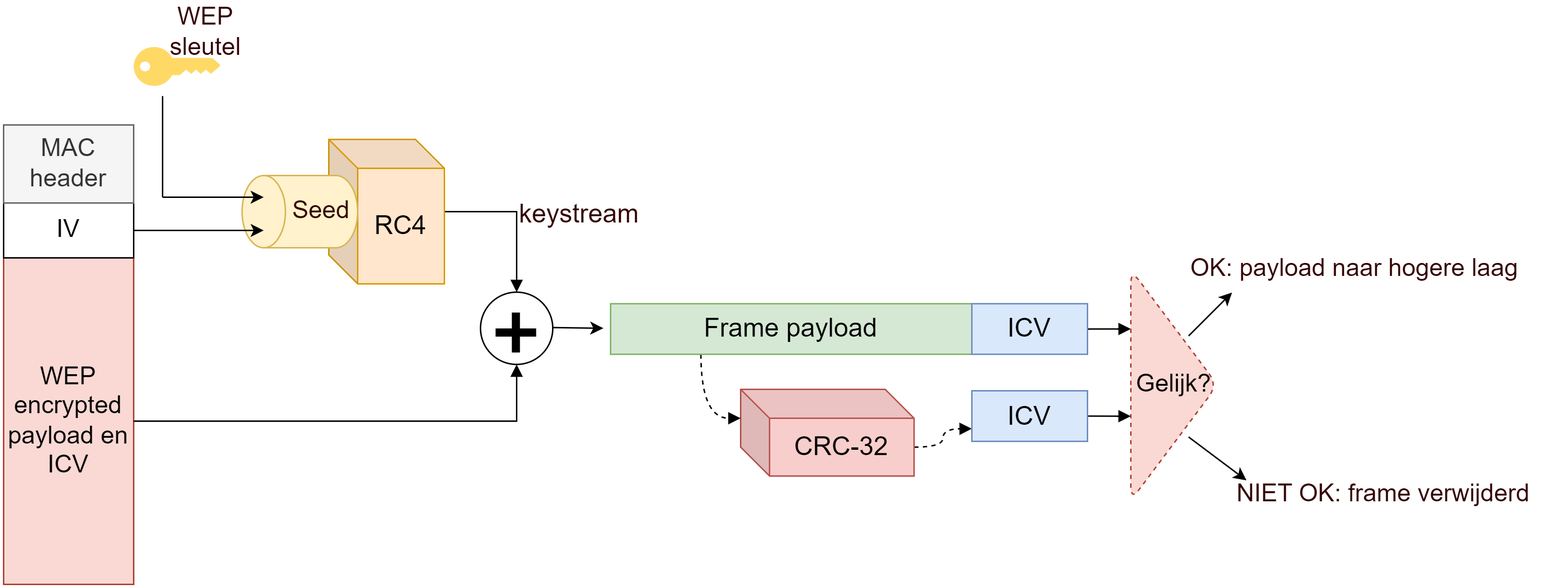
Before: Manuscript/assets/wifi/wepdec.png, a diagram exported from draw.io (timdams/cyberboswachters_boek). Source tidied: cells renumbered, new cells last; positions are measured from the earlier drawing's top-left corner, leaving out a move shared by most shapes.
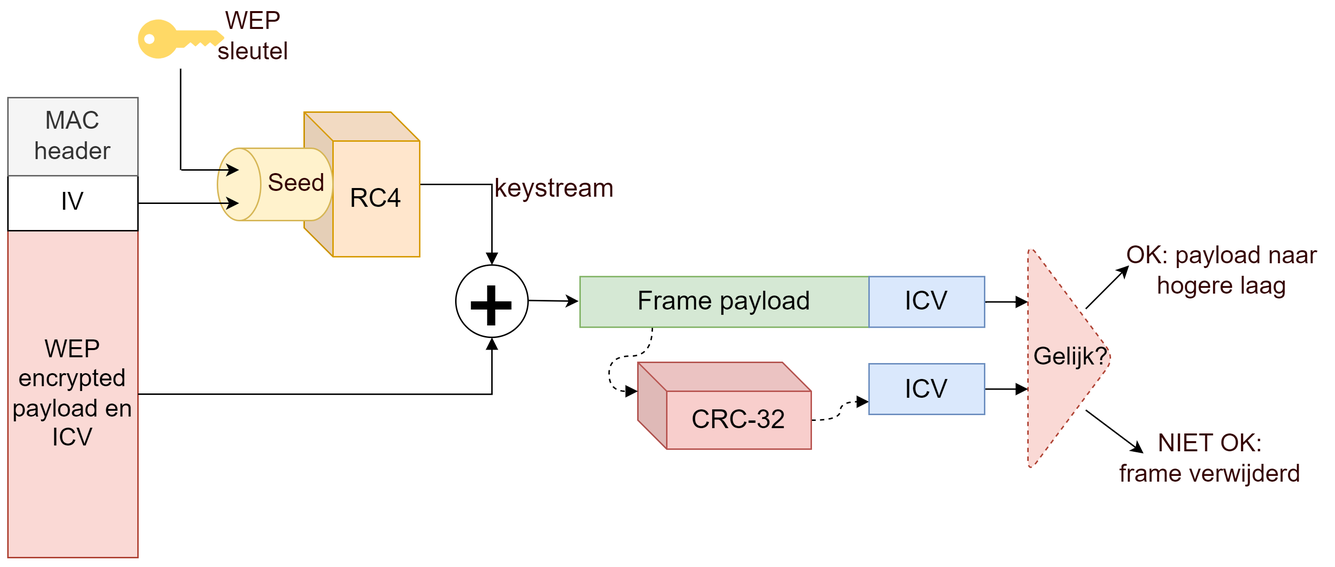
After the commit.

Diff of the diagram source:
```diff
@@ -3,19 +3,19 @@
     <mxCell id="0" />
     <mxCell id="1" parent="0" />
     <mxCell id="2" style="verticalLabelPosition=bottom;html=1;verticalAlign=top;align=center;shape=mxgraph.cisco19.key;rounded=1;shadow=0;fontFamily=Verdana;fontSize=16;fillColor=#FFD966;" parent="1" vertex="1">
-      <mxGeometry x="90" y="20" width="60" height="27" as="geometry" />
+      <mxGeometry x="110" y="20" width="60" height="27" as="geometry" />
     </mxCell>
     <mxCell id="3" value="WEP sleutel" style="text;html=1;strokeColor=none;fillColor=none;align=center;verticalAlign=middle;whiteSpace=wrap;rounded=0;fontSize=17;fontColor=#330000;" parent="1" vertex="1">
-      <mxGeometry x="120" width="40" height="20" as="geometry" />
+      <mxGeometry x="170" y="22" width="40" height="20" as="geometry" />
     </mxCell>
     <mxCell id="4" value="WEP encrypted payload en ICV" style="rounded=0;whiteSpace=wrap;html=1;shadow=0;glass=0;sketch=0;strokeWidth=1;fontSize=17;align=center;fillColor=#fad9d5;strokeColor=#ae4132;" parent="1" vertex="1">
-      <mxGeometry y="166" width="90" height="226" as="geometry" />
+      <mxGeometry x="20" y="166" width="90" height="226" as="geometry" />
     </mxCell>
     <mxCell id="5" value="IV" style="rounded=0;whiteSpace=wrap;html=1;shadow=0;glass=0;sketch=0;strokeWidth=1;fontSize=17;align=center;" parent="1" vertex="1">
-      <mxGeometry y="128" width="90" height="38" as="geometry" />
+      <mxGeometry x="20" y="128" width="90" height="38" as="geometry" />
     </mxCell>
     <mxCell id="6" value="MAC&lt;br&gt;header" style="rounded=0;whiteSpace=wrap;html=1;shadow=0;glass=0;sketch=0;strokeWidth=1;fontSize=17;align=center;fillColor=#f5f5f5;strokeColor=#666666;fontColor=#333333;" parent="1" vertex="1">
-      <mxGeometry y="74" width="90" height="54" as="geometry" />
+      <mxGeometry x="20" y="74" width="90" height="54" as="geometry" />
     </mxCell>
     <mxCell id="7" style="edgeStyle=orthogonalEdgeStyle;jettySize=auto;html=1;exitX=1;exitY=0.5;exitDx=0;exitDy=0;entryX=0.5;entryY=1;entryDx=0;entryDy=0;startArrow=none;startFill=0;endArrow=block;endFill=1;strokeWidth=1;fontSize=18;fontColor=#330000;align=left;rounded=0;" parent="1" edge="1" source="4" target="11">
       <mxGeometry relative="1" as="geometry" />
@@ -45,35 +45,35 @@
     </mxCell>
     <mxCell id="15" style="endArrow=classic;html=1;strokeWidth=1;fontSize=17;fontColor=#330000;align=left;" parent="1" edge="1">
       <mxGeometry relative="1" as="geometry">
-        <mxPoint x="110" y="124" as="sourcePoint" />
+        <mxPoint x="140" y="124" as="sourcePoint" />
         <mxPoint x="180" y="124" as="targetPoint" />
       </mxGeometry>
     </mxCell>
     <mxCell id="16" style="endArrow=none;html=1;strokeWidth=1;fontSize=17;fontColor=#330000;align=left;" parent="1" edge="1">
       <mxGeometry relative="1" as="geometry">
-        <mxPoint x="110" y="124" as="sourcePoint" />
-        <mxPoint x="110" y="54" as="targetPoint" />
+        <mxPoint x="139.5" y="124" as="sourcePoint" />
+        <mxPoint x="139.5" y="54" as="targetPoint" />
       </mxGeometry>
     </mxCell>
     <mxCell id="17" style="edgeStyle=orthogonalEdgeStyle;curved=1;jettySize=auto;html=1;exitX=0;exitY=0;exitDx=120;exitDy=40;exitPerimeter=0;entryX=0;entryY=0.75;entryDx=0;entryDy=0;dashed=1;startArrow=none;startFill=0;endArrow=block;endFill=1;strokeWidth=1;fontSize=17;fontColor=#330000;align=left;" parent="1" edge="1" source="18" target="26">
       <mxGeometry relative="1" as="geometry" />
     </mxCell>
     <mxCell id="18" value="CRC-32" style="shape=cube;whiteSpace=wrap;html=1;boundedLbl=1;backgroundOutline=1;darkOpacity=0.05;darkOpacity2=0.1;rounded=1;strokeColor=#b85450;fillColor=#f8cecc;fontSize=18;align=center;strokeWidth=1;" parent="1" vertex="1">
-      <mxGeometry x="510" y="257" width="120" height="60" as="geometry" />
+      <mxGeometry x="456" y="257" width="120" height="60" as="geometry" />
     </mxCell>
     <mxCell id="19" style="edgeStyle=orthogonalEdgeStyle;jettySize=auto;html=1;exitX=0.25;exitY=1;exitDx=0;exitDy=0;entryX=0;entryY=0;entryDx=0;entryDy=20;entryPerimeter=0;startArrow=none;startFill=0;endArrow=block;endFill=1;strokeWidth=1;fontSize=17;fontColor=#330000;align=left;curved=1;dashed=1;" parent="1" edge="1" source="20" target="18">
       <mxGeometry relative="1" as="geometry" />
     </mxCell>
     <mxCell id="20" value="Frame payload" style="rounded=0;whiteSpace=wrap;html=1;strokeColor=#82b366;fillColor=#d5e8d4;fontSize=18;align=center;" parent="1" vertex="1">
-      <mxGeometry x="420" y="197.7" width="250" height="35" as="geometry" />
+      <mxGeometry x="416" y="197.7" width="200" height="35" as="geometry" />
     </mxCell>
     <mxCell id="21" style="edgeStyle=orthogonalEdgeStyle;curved=1;jettySize=auto;html=1;exitX=1;exitY=0.5;exitDx=0;exitDy=0;startArrow=none;startFill=0;endArrow=block;endFill=1;strokeWidth=1;fontSize=17;fontColor=#330000;align=left;" parent="1" edge="1" source="22">
       <mxGeometry relative="1" as="geometry">
-        <mxPoint x="780" y="215.4" as="targetPoint" />
+        <mxPoint x="726" y="215.4" as="targetPoint" />
       </mxGeometry>
     </mxCell>
     <mxCell id="22" value="ICV" style="rounded=0;whiteSpace=wrap;html=1;strokeColor=#6c8ebf;fillColor=#dae8fc;fontSize=18;align=center;" parent="1" vertex="1">
-      <mxGeometry x="670" y="197.7" width="80" height="35" as="geometry" />
+      <mxGeometry x="616" y="197.7" width="80" height="35" as="geometry" />
     </mxCell>
     <mxCell id="23" style="endArrow=classic;html=1;strokeWidth=1;fontSize=17;fontColor=#330000;align=left;exitX=1;exitY=0.5;exitDx=0;exitDy=0;" parent="1" edge="1">
       <mxGeometry relative="1" as="geometry">
@@ -82,33 +82,33 @@
       </mxGeometry>
     </mxCell>
     <mxCell id="24" value="Gelijk?" style="triangle;whiteSpace=wrap;html=1;rounded=1;shadow=0;glass=0;dashed=1;sketch=0;strokeColor=#ae4132;strokeWidth=1;fillColor=#fad9d5;fontSize=17;align=center;" parent="1" vertex="1">
-      <mxGeometry x="780" y="174" width="60" height="160" as="geometry" />
+      <mxGeometry x="726" y="174" width="60" height="160" as="geometry" />
     </mxCell>
     <mxCell id="25" style="edgeStyle=orthogonalEdgeStyle;curved=1;jettySize=auto;html=1;exitX=1;exitY=0.5;exitDx=0;exitDy=0;startArrow=none;startFill=0;endArrow=block;endFill=1;strokeWidth=1;fontSize=17;fontColor=#330000;align=left;" parent="1" edge="1" source="26">
       <mxGeometry relative="1" as="geometry">
-        <mxPoint x="780" y="275.4" as="targetPoint" />
+        <mxPoint x="726" y="275.4" as="targetPoint" />
       </mxGeometry>
     </mxCell>
     <mxCell id="26" value="ICV" style="rounded=0;whiteSpace=wrap;html=1;strokeColor=#6c8ebf;fillColor=#dae8fc;fontSize=18;align=center;" parent="1" vertex="1">
-      <mxGeometry x="670" y="258" width="80" height="35" as="geometry" />
+      <mxGeometry x="616" y="258" width="80" height="35" as="geometry" />
     </mxCell>
-    <mxCell id="27" value="NIET OK: frame verwijderd" style="text;html=1;strokeColor=none;fillColor=none;align=center;verticalAlign=middle;whiteSpace=wrap;rounded=0;shadow=0;glass=0;dashed=1;sketch=0;fontSize=17;fontColor=#330000;" parent="1" vertex="1">
-      <mxGeometry x="830" y="320" width="250" height="20" as="geometry" />
+    <mxCell id="27" style="endArrow=classic;html=1;strokeWidth=1;fontSize=17;fontColor=#330000;align=left;" parent="1" edge="1">
+      <mxGeometry relative="1" as="geometry">
+        <mxPoint x="766" y="290" as="sourcePoint" />
+        <mxPoint x="806" y="320" as="targetPoint" />
+      </mxGeometry>
     </mxCell>
     <mxCell id="28" style="endArrow=classic;html=1;strokeWidth=1;fontSize=17;fontColor=#330000;align=left;" parent="1" edge="1">
       <mxGeometry relative="1" as="geometry">
-        <mxPoint x="820" y="290" as="sourcePoint" />
-        <mxPoint x="860" y="320" as="targetPoint" />
+        <mxPoint x="766" y="220" as="sourcePoint" />
+        <mxPoint x="796" y="190" as="targetPoint" />
       </mxGeometry>
     </mxCell>
-    <mxCell id="29" value="OK: payload naar hogere laag" style="text;html=1;strokeColor=none;fillColor=none;align=center;verticalAlign=middle;whiteSpace=wrap;rounded=0;shadow=0;glass=0;dashed=1;sketch=0;fontSize=17;fontColor=#330000;" parent="1" vertex="1">
-      <mxGeometry x="810" y="164" width="250" height="20" as="geometry" />
+    <mxCell id="29" value="NIET OK: &lt;br&gt;frame verwijderd" style="text;html=1;strokeColor=none;fillColor=none;align=center;verticalAlign=middle;whiteSpace=wrap;rounded=0;shadow=0;glass=0;dashed=1;sketch=0;fontSize=17;fontColor=#330000;" parent="1" vertex="1">
+      <mxGeometry x="780" y="314" width="145" height="20" as="geometry" />
     </mxCell>
-    <mxCell id="30" style="endArrow=classic;html=1;strokeWidth=1;fontSize=17;fontColor=#330000;align=left;" parent="1" edge="1">
-      <mxGeometry relative="1" as="geometry">
-        <mxPoint x="820" y="220" as="sourcePoint" />
-        <mxPoint x="850" y="190" as="targetPoint" />
-      </mxGeometry>
+    <mxCell id="30" value="OK: payload naar &lt;br&gt;hogere laag" style="text;html=1;strokeColor=none;fillColor=none;align=center;verticalAlign=middle;whiteSpace=wrap;rounded=0;shadow=0;glass=0;dashed=1;sketch=0;fontSize=17;fontColor=#330000;" parent="1" vertex="1">
+      <mxGeometry x="787.5" y="184" width="145" height="20" as="geometry" />
     </mxCell>
   </root>
 </mxGraphModel>
```
